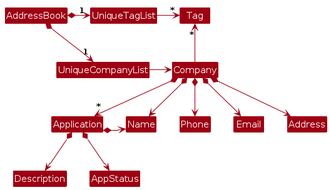
Earlier version of the PlantUML export diagrams/BetterModelClassDiagram.png (AY2425S1-CS2103T-T09-1/tp). Its source is kept beside it as diagrams/BetterModelClassDiagram.puml.
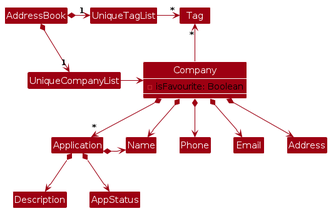
After the change.

Change to the diagram source:
```diff
@@ -3,6 +3,11 @@
 skinparam arrowThickness 1.1
 skinparam arrowColor MODEL_COLOR
 skinparam classBackgroundColor MODEL_COLOR
+
+class Company {
+    -isFavourite: Boolean
+}
+show Company members
 
 AddressBook *-right-> "1" UniqueCompanyList
 AddressBook *-right-> "1" UniqueTagList
```
